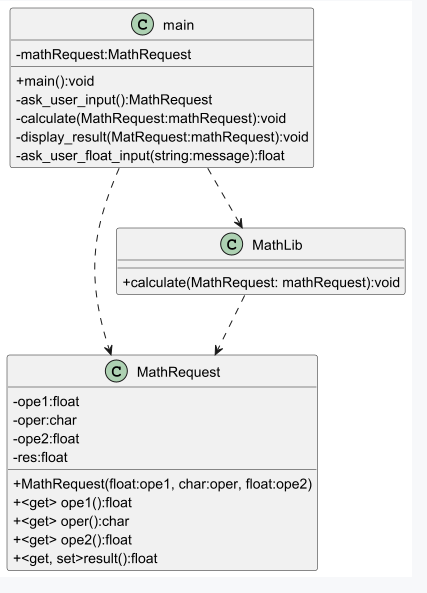
Earlier version of the PlantUML export docs/class_diagram.png (CPNV-CFC-I319/Eval1-Calculator). Its source is kept beside it as docs/class_diagram.puml. Its diagram source:
```plantuml
@startuml
skinparam classAttributeIconSize 0

class MathRequest{
 - ope1:float
 - oper:char
 - ope2:float
 - res:float

 + MathRequest(float:ope1, char:oper, float:ope2)
 + <get> ope1():float
 + <get> oper():char
 + <get> ope2():float
 + <get, set>result():float
}

class MathLib{
 + calculate(MathRequest: mathRequest):void
}

class main{
 -mathRequest:MathRequest

 +main():void
 -ask_user_input():MathRequest
 -calculate(MathRequest:mathRequest):void
 -display_result(MatRequest:mathRequest):void
 -ask_user_float_input(string:message):float
}

main .-> MathRequest
MathLib .-> MathRequest
main .-> MathLib

@enduml
```
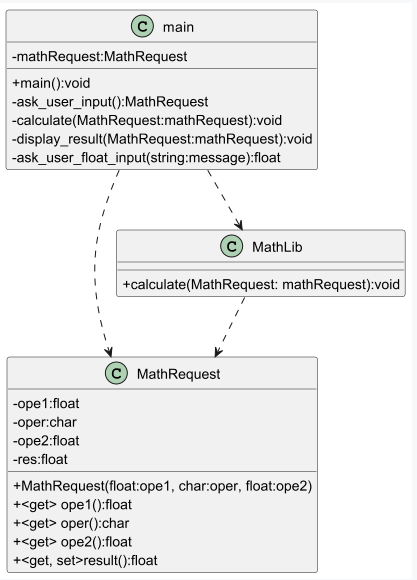
Above is the later version.

Commit message:
fix: typo in class diagram

Change to the diagram source:
```diff
@@ -24,7 +24,7 @@
  +main():void
  -ask_user_input():MathRequest
  -calculate(MathRequest:mathRequest):void
- -display_result(MatRequest:mathRequest):void
+ -display_result(MathRequest:mathRequest):void
  -ask_user_float_input(string:message):float
 }
 
```
